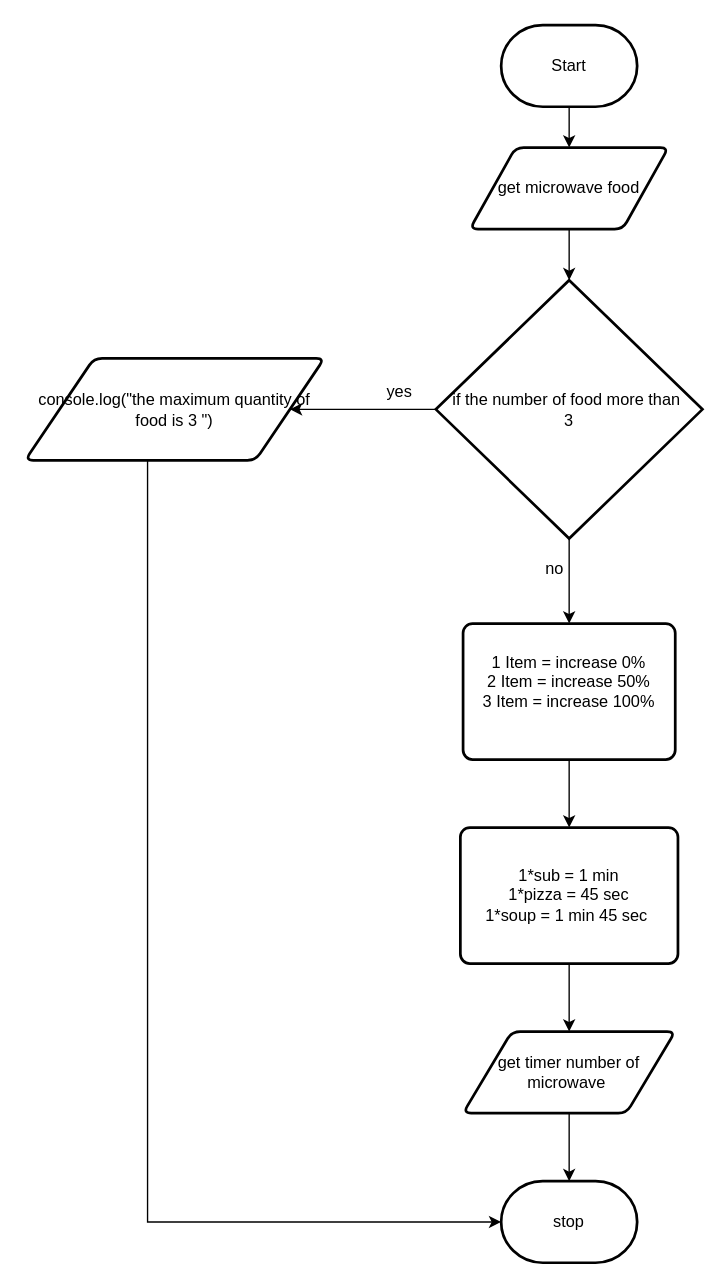
This is Design/flow-chart.drawio from mohammedal-ess/ICS4U-Unit1-Unit03-Typescript, a draw.io file, before an edit. Source tidied: cells renumbered, new cells numbered last; positions are measured from the earlier drawing's top-left corner, leaving out a move shared by most shapes. Both pictures are drawn from the tidied source at 136%, with x=0, y=0 at pixel (24, 24).
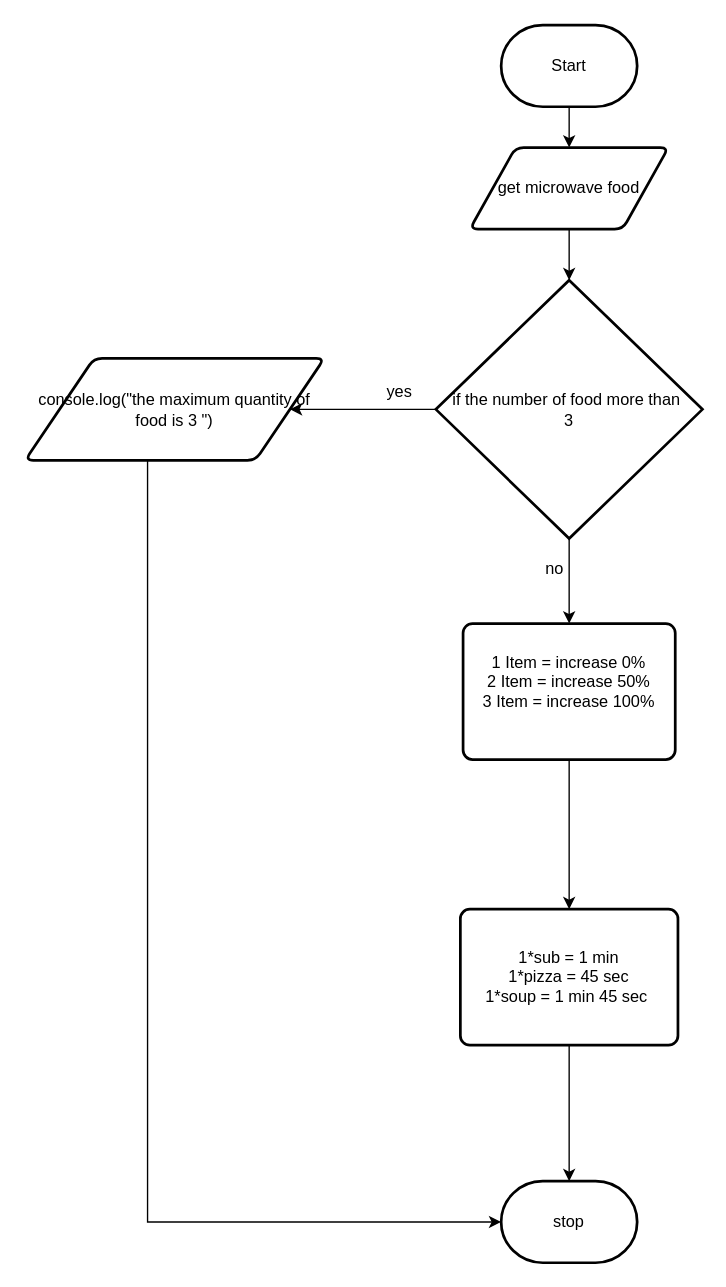
Above is the later version.

Commit message (it also covers changes not shown here):
add flow-chart added flowchart png

The change refers to these unchanged cells:
```xml
<mxCell id="19" value="stop" style="strokeWidth=2;html=1;shape=mxgraph.flowchart.terminator;whiteSpace=wrap;" parent="1" vertex="1">
  <mxGeometry x="350" y="850" width="100" height="60" as="geometry" />
</mxCell>
```

What changed in the source:
```diff
@@
-    <mxCell id="15" style="edgeStyle=orthogonalEdgeStyle;rounded=0;html=1;" parent="1" edge="1" source="16" target="18">
-      <mxGeometry relative="1" as="geometry" />
-    </mxCell>
+    <mxCell id="20" style="edgeStyle=orthogonalEdgeStyle;html=1;entryX=0.5;entryY=0;entryDx=0;entryDy=0;entryPerimeter=0;rounded=0;" parent="1" edge="1" source="16" target="19">
+      <mxGeometry relative="1" as="geometry" />
+    </mxCell>
     <mxCell id="16" value="1*sub = 1 min&lt;br&gt;1*pizza = 45 sec&lt;br&gt;1*soup = 1 min 45 sec&amp;nbsp;" style="rounded=1;whiteSpace=wrap;html=1;absoluteArcSize=1;arcSize=14;strokeWidth=2;" parent="1" vertex="1">
-      <mxGeometry x="320" y="590" width="160" height="100" as="geometry" />
+      <mxGeometry x="320" y="650" width="160" height="100" as="geometry" />
     </mxCell>
-    <mxCell id="17" style="edgeStyle=orthogonalEdgeStyle;rounded=0;html=1;" parent="1" edge="1" source="18" target="19">
-      <mxGeometry relative="1" as="geometry" />
-    </mxCell>
-    <mxCell id="18" value="get timer number of microwave&amp;nbsp;" style="shape=parallelogram;html=1;strokeWidth=2;perimeter=parallelogramPerimeter;whiteSpace=wrap;rounded=1;arcSize=12;size=0.23;" parent="1" vertex="1">
-      <mxGeometry x="322" y="740" width="156" height="60" as="geometry" />
-    </mxCell>
```
